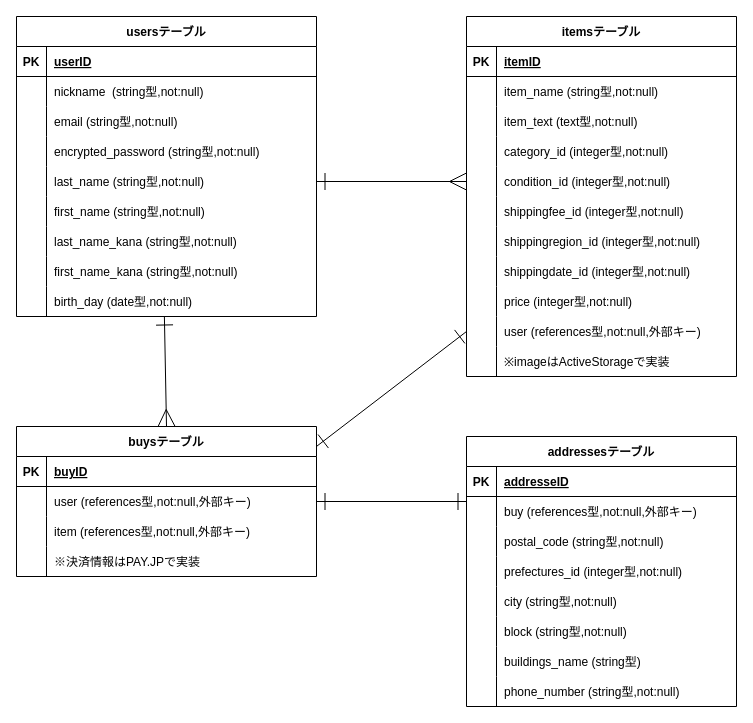
Kosuke-13th/furima-40114 keeps this draw.io diagram as furimaER.dio. Above is the earlier version. Source tidied: cells renumbered, new cells numbered last; positions are measured from the earlier drawing's top-left corner, leaving out a move shared by most shapes. Both pictures are drawn from the tidied source at 100%, with x=0, y=0 at pixel (16, 16).
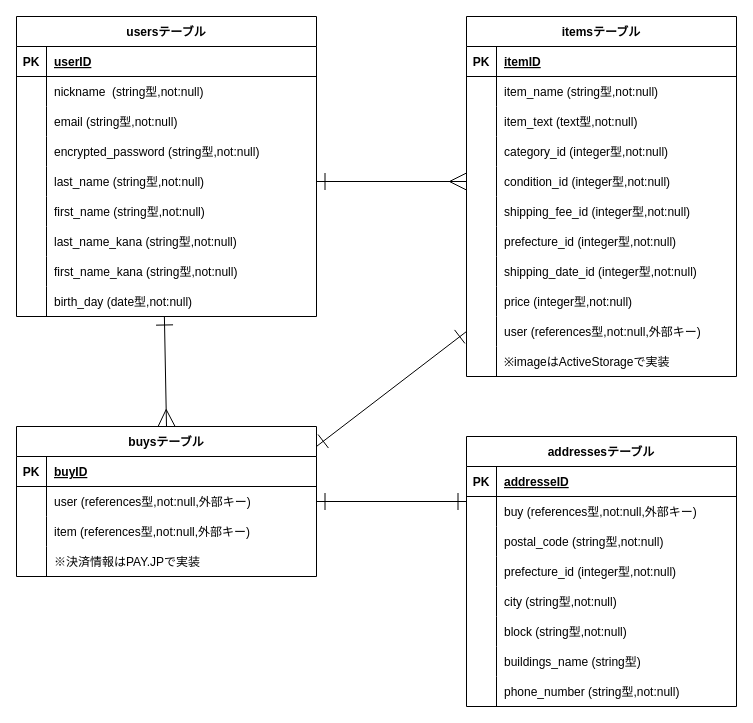
The same page after the edit.

Commit message (it also covers changes not shown here):
データベース設計R3

Unchanged cells that the change refers to:
```xml
<mxCell id="46" style="shape=tableRow;horizontal=0;startSize=0;swimlaneHead=0;swimlaneBody=0;fillColor=none;top=0;left=0;right=0;bottom=0;" parent="30" vertex="1">
  <mxGeometry y="180" width="270" height="30" as="geometry" />
</mxCell>
<mxCell id="49" style="shape=tableRow;horizontal=0;startSize=0;swimlaneHead=0;swimlaneBody=0;fillColor=none;top=0;left=0;right=0;bottom=0;" parent="30" vertex="1">
  <mxGeometry y="210" width="270" height="30" as="geometry" />
</mxCell>
<mxCell id="52" style="shape=tableRow;horizontal=0;startSize=0;swimlaneHead=0;swimlaneBody=0;fillColor=none;top=0;left=0;right=0;bottom=0;" parent="30" vertex="1">
  <mxGeometry y="240" width="270" height="30" as="geometry" />
</mxCell>
<mxCell id="89" style="shape=tableRow;horizontal=0;startSize=0;swimlaneHead=0;swimlaneBody=0;fillColor=none;top=0;left=0;right=0;bottom=0;" parent="79" vertex="1">
  <mxGeometry y="120" width="270" height="30" as="geometry" />
</mxCell>
```

Change to the diagram source:
```diff
@@
-    <mxCell id="48" value="shippingfee_id (integer型,not:null)" style="shape=partialRectangle;fillColor=none;top=0;left=0;bottom=0;right=0;align=left;spacingLeft=6;overflow=hidden;" parent="46" vertex="1">
+    <mxCell id="48" value="shipping_fee_id (integer型,not:null)" style="shape=partialRectangle;fillColor=none;top=0;left=0;bottom=0;right=0;align=left;spacingLeft=6;overflow=hidden;" parent="46" vertex="1">
       <mxGeometry x="30" width="240" height="30" as="geometry" />
     </mxCell>
@@
-    <mxCell id="51" value="shippingregion_id (integer型,not:null)" style="shape=partialRectangle;fillColor=none;top=0;left=0;bottom=0;right=0;align=left;spacingLeft=6;overflow=hidden;" parent="49" vertex="1">
+    <mxCell id="51" value="prefecture_id (integer型,not:null)" style="shape=partialRectangle;fillColor=none;top=0;left=0;bottom=0;right=0;align=left;spacingLeft=6;overflow=hidden;" parent="49" vertex="1">
       <mxGeometry x="30" width="240" height="30" as="geometry" />
     </mxCell>
@@
-    <mxCell id="54" value="shippingdate_id (integer型,not:null)" style="shape=partialRectangle;fillColor=none;top=0;left=0;bottom=0;right=0;align=left;spacingLeft=6;overflow=hidden;" parent="52" vertex="1">
+    <mxCell id="54" value="shipping_date_id (integer型,not:null)" style="shape=partialRectangle;fillColor=none;top=0;left=0;bottom=0;right=0;align=left;spacingLeft=6;overflow=hidden;" parent="52" vertex="1">
       <mxGeometry x="30" width="240" height="30" as="geometry" />
     </mxCell>
@@
-    <mxCell id="91" value="prefectures_id (integer型,not:null)" style="shape=partialRectangle;fillColor=none;top=0;left=0;bottom=0;right=0;align=left;spacingLeft=6;overflow=hidden;" parent="89" vertex="1">
+    <mxCell id="91" value="prefecture_id (integer型,not:null)" style="shape=partialRectangle;fillColor=none;top=0;left=0;bottom=0;right=0;align=left;spacingLeft=6;overflow=hidden;" parent="89" vertex="1">
       <mxGeometry x="30" width="240" height="30" as="geometry" />
     </mxCell>
```
